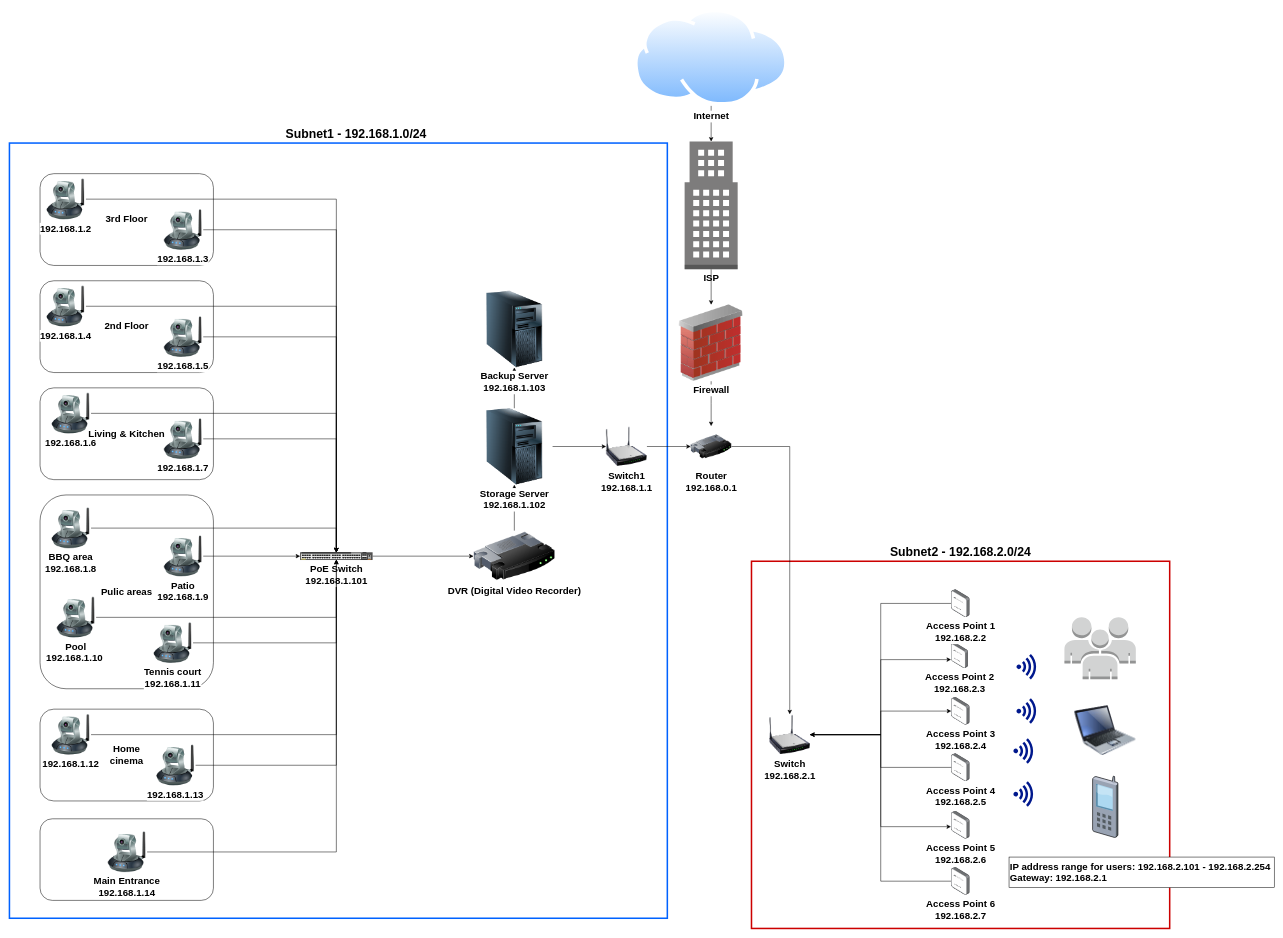
Earlier version of the draw.io diagram Group.drawio (tamir-cqu/diagrams). Source tidied: cells renumbered, new cells numbered last; positions are measured from the earlier drawing's top-left corner, leaving out a move shared by most shapes. Both pictures are drawn from the tidied source at 51%, with x=0, y=0 at pixel (9, 9).
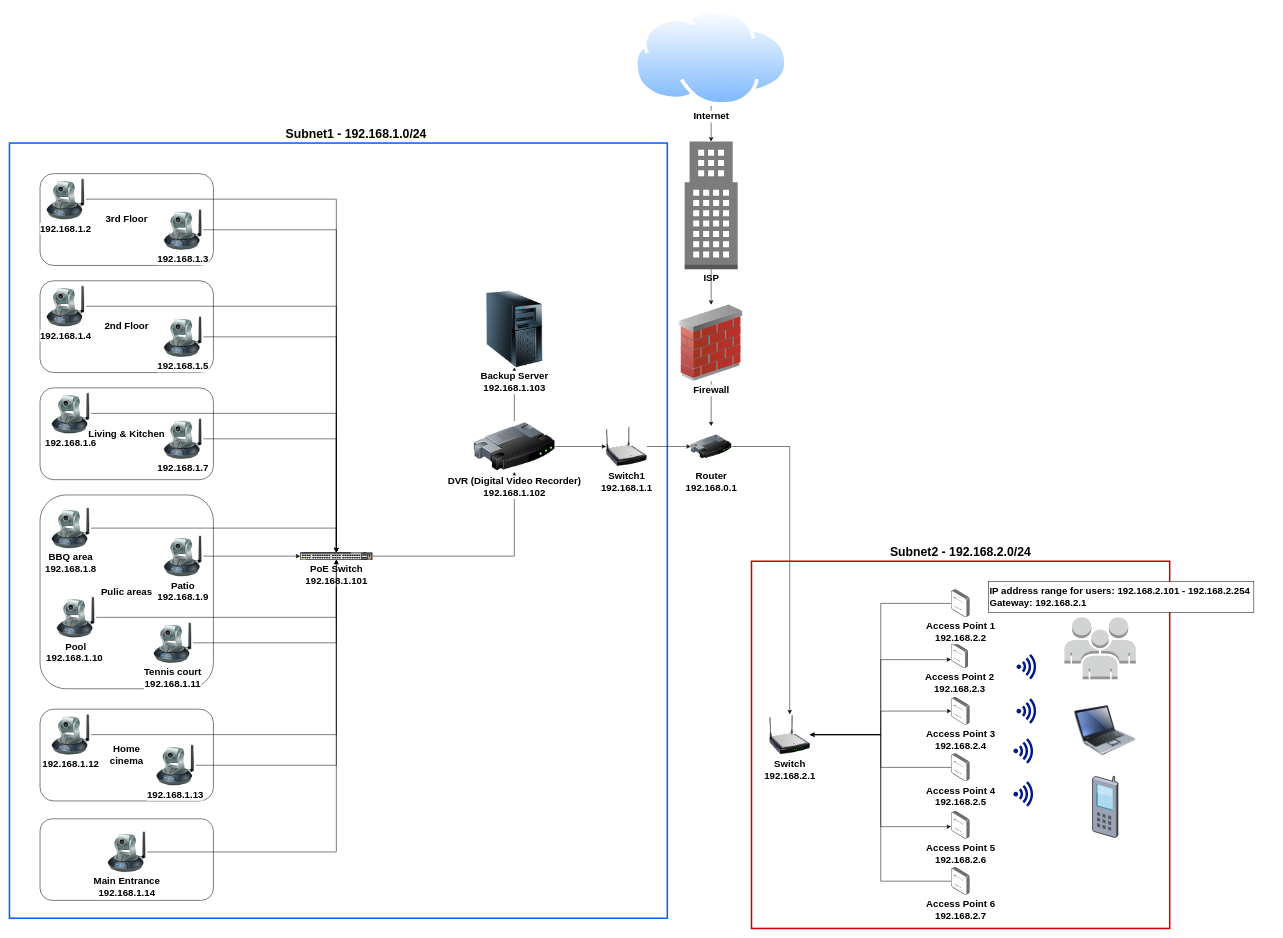
After the change.

Unchanged cells that the change refers to:
```xml
<mxCell id="37" value="Backup Server&lt;br style=&quot;font-size: 19px;&quot;&gt;192.168.1.103" style="image;html=1;image=img/lib/clip_art/computers/Server_Tower_128x128.png;fontSize=19;fontStyle=1;labelBackgroundColor=default;" parent="1" vertex="1">
  <mxGeometry x="915" y="553" width="150" height="150" as="geometry" />
</mxCell>
<mxCell id="49" value="Switch1&lt;br style=&quot;font-size: 19px;&quot;&gt;192.168.1.1" style="image;html=1;image=img/lib/clip_art/networking/Wireless_Router_N_128x128.png;fontSize=19;fontStyle=1;" parent="1" vertex="1">
  <mxGeometry x="1170" y="818" width="80" height="80" as="geometry" />
</mxCell>
```

Change to the diagram source:
```diff
@@
-    <mxCell id="32" style="edgeStyle=orthogonalEdgeStyle;rounded=0;jettySize=auto;html=1;fontSize=19;fontStyle=1;" parent="1" edge="1" source="33" target="36">
+    <mxCell id="32" style="edgeStyle=orthogonalEdgeStyle;rounded=0;jettySize=auto;html=1;fontSize=19;fontStyle=1;entryX=0.5;entryY=1;entryDx=0;entryDy=0;" parent="1" edge="1" source="33" target="37">
       <mxGeometry relative="1" as="geometry" />
     </mxCell>
-    <mxCell id="33" value="DVR (Digital Video Recorder)" style="image;html=1;image=img/lib/clip_art/networking/Router_128x128.png;fontSize=19;fontStyle=1;" parent="1" vertex="1">
-      <mxGeometry x="910" y="1023" width="160" height="100" as="geometry" />
+    <mxCell id="33" value="DVR (Digital Video Recorder)&lt;br&gt;192.168.1.102" style="image;html=1;image=img/lib/clip_art/networking/Router_128x128.png;fontSize=19;fontStyle=1;" parent="1" vertex="1">
+      <mxGeometry x="910" y="808" width="160" height="100" as="geometry" />
     </mxCell>
-    <mxCell id="34" style="edgeStyle=orthogonalEdgeStyle;rounded=0;jettySize=auto;html=1;fontSize=19;fontStyle=1;" parent="1" edge="1" source="36" target="37">
-      <mxGeometry relative="1" as="geometry" />
-    </mxCell>
-    <mxCell id="35" style="edgeStyle=orthogonalEdgeStyle;rounded=0;jettySize=auto;html=1;entryX=0;entryY=0.5;entryDx=0;entryDy=0;fontSize=19;fontStyle=1;" parent="1" edge="1" source="36" target="49">
+    <mxCell id="35" style="edgeStyle=orthogonalEdgeStyle;rounded=0;jettySize=auto;html=1;entryX=0;entryY=0.5;entryDx=0;entryDy=0;fontSize=19;fontStyle=1;exitX=1;exitY=0.5;exitDx=0;exitDy=0;" parent="1" edge="1" source="33" target="49">
       <mxGeometry relative="1" as="geometry" />
     </mxCell>
-    <mxCell id="36" value="Storage Server&lt;br style=&quot;font-size: 19px;&quot;&gt;192.168.1.102" style="image;html=1;image=img/lib/clip_art/computers/Server_Tower_128x128.png;fontSize=19;fontStyle=1;" parent="1" vertex="1">
-      <mxGeometry x="915" y="783" width="150" height="150" as="geometry" />
-    </mxCell>
@@
     <mxCell id="85" value="IP address range for users: 192.168.2.101 - 192.168.2.254&lt;br style=&quot;font-size: 19px;&quot;&gt;Gateway: 192.168.2.1&lt;br style=&quot;font-size: 19px;&quot;&gt;" style="rounded=0;whiteSpace=wrap;html=1;align=left;fontSize=19;fontStyle=1;" parent="1" vertex="1">
-      <mxGeometry x="1960" y="1663" width="520" height="60" as="geometry" />
+      <mxGeometry x="1920" y="1123" width="520" height="60" as="geometry" />
     </mxCell>
```
